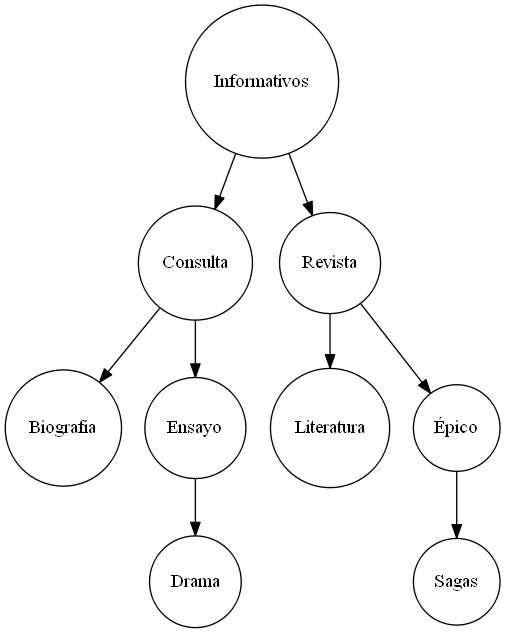
This is Categorias.png from TaTo30/EDD-Proyecto2_201800585, a Graphviz export, as it was before one commit. Its source is kept beside it as Categorias.dot. Source of this version:
```dot
digraph g{ node [shape = circle];Informativos;
Informativos->Consulta;
Informativos->Revista;
Consulta;
Consulta->Biografia;
Consulta->Ensayo;
Biografia;
Ensayo;
Ensayo->Drama;
Drama;
Revista;
Revista->Literatura;
Revista->Épico;
Literatura;
Épico;
Épico->Sagas;
Sagas;

}
```
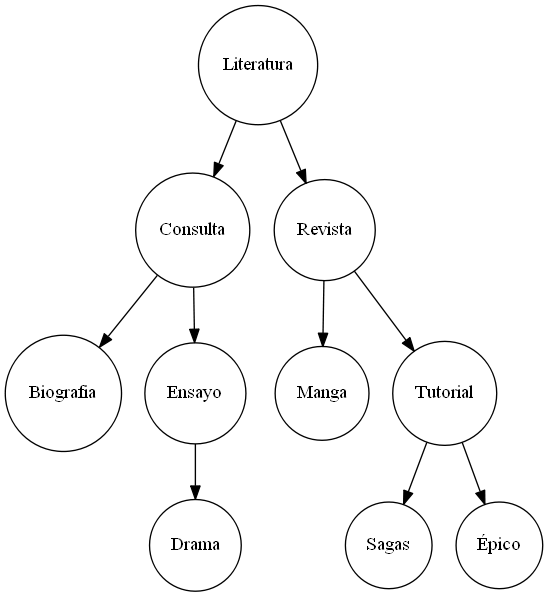
After the commit.

The edit, as a diff of the source:
```diff
@@ -1,6 +1,6 @@
-digraph g{ node [shape = circle];Informativos;
-Informativos->Consulta;
-Informativos->Revista;
+digraph g{ node [shape = circle];Literatura;
+Literatura->Consulta;
+Literatura->Revista;
 Consulta;
 Consulta->Biografia;
 Consulta->Ensayo;
@@ -9,11 +9,13 @@
 Ensayo->Drama;
 Drama;
 Revista;
-Revista->Literatura;
-Revista->Épico;
-Literatura;
+Revista->Manga;
+Revista->Tutorial;
+Manga;
+Tutorial;
+Tutorial->Sagas;
+Tutorial->Épico;
+Sagas;
 Épico;
-Épico->Sagas;
-Sagas;
 
 }
```
